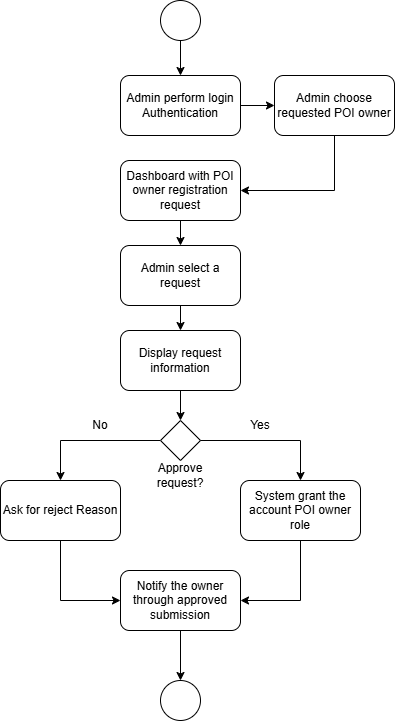
Noir-Goose/Nhom5_CNPM keeps this draw.io diagram as PRD/User story/Diagrams/UC10_activity.png. Above is the earlier version. Source tidied: cells renumbered, new cells last; positions are measured from the earlier drawing's top-left corner, leaving out a move shared by most shapes. Its diagram source:
```xml
<mxGraphModel>
  <root>
    <mxCell id="0" />
    <mxCell id="1" parent="0" />
    <mxCell id="2" style="edgeStyle=orthogonalEdgeStyle;rounded=0;jettySize=auto;html=1;exitX=0.5;exitY=1;exitDx=0;exitDy=0;entryX=0.5;entryY=0;entryDx=0;entryDy=0;" parent="1" edge="1" source="3" target="5">
      <mxGeometry relative="1" as="geometry" />
    </mxCell>
    <mxCell id="3" style="ellipse;whiteSpace=wrap;html=1;shapeInside=1;" parent="1" vertex="1">
      <mxGeometry x="160" width="40" height="40" as="geometry" />
    </mxCell>
    <mxCell id="4" style="edgeStyle=orthogonalEdgeStyle;rounded=0;jettySize=auto;html=1;exitX=1;exitY=0.5;exitDx=0;exitDy=0;entryX=0;entryY=0.5;entryDx=0;entryDy=0;" parent="1" edge="1" source="5" target="23">
      <mxGeometry relative="1" as="geometry" />
    </mxCell>
    <mxCell id="5" value="Admin perform login Authentication" style="rounded=1;whiteSpace=wrap;html=1;roundedPerimeter=1;" parent="1" vertex="1">
      <mxGeometry x="120" y="75" width="120" height="60" as="geometry" />
    </mxCell>
    <mxCell id="6" style="edgeStyle=orthogonalEdgeStyle;rounded=0;jettySize=auto;html=1;exitX=0.5;exitY=1;exitDx=0;exitDy=0;entryX=0.5;entryY=0;entryDx=0;entryDy=0;" parent="1" edge="1" source="7" target="9">
      <mxGeometry relative="1" as="geometry" />
    </mxCell>
    <mxCell id="7" value="Dashboard with POI owner registration request" style="rounded=1;whiteSpace=wrap;html=1;roundedPerimeter=1;" parent="1" vertex="1">
      <mxGeometry x="120" y="160" width="120" height="60" as="geometry" />
    </mxCell>
    <mxCell id="8" style="edgeStyle=orthogonalEdgeStyle;rounded=0;jettySize=auto;html=1;exitX=0.5;exitY=1;exitDx=0;exitDy=0;entryX=0.5;entryY=0;entryDx=0;entryDy=0;" parent="1" edge="1" source="9" target="11">
      <mxGeometry relative="1" as="geometry" />
    </mxCell>
    <mxCell id="9" value="Admin select a request" style="rounded=1;whiteSpace=wrap;html=1;roundedPerimeter=1;" parent="1" vertex="1">
      <mxGeometry x="120" y="245" width="120" height="60" as="geometry" />
    </mxCell>
    <mxCell id="10" style="edgeStyle=orthogonalEdgeStyle;rounded=0;jettySize=auto;html=1;exitX=0.5;exitY=1;exitDx=0;exitDy=0;entryX=0.5;entryY=0;entryDx=0;entryDy=0;" parent="1" edge="1" source="11" target="13">
      <mxGeometry relative="1" as="geometry" />
    </mxCell>
    <mxCell id="11" value="Display request information" style="rounded=1;whiteSpace=wrap;html=1;roundedPerimeter=1;" parent="1" vertex="1">
      <mxGeometry x="120" y="330" width="120" height="60" as="geometry" />
    </mxCell>
    <mxCell id="12" style="edgeStyle=orthogonalEdgeStyle;rounded=0;jettySize=auto;html=1;exitX=0;exitY=0.5;exitDx=0;exitDy=0;entryX=0.5;entryY=0;entryDx=0;entryDy=0;" parent="1" edge="1" source="13" target="15">
      <mxGeometry x="0.51" relative="1" as="geometry" />
    </mxCell>
    <mxCell id="13" style="rhombus;whiteSpace=wrap;html=1;shapeInside=1;" parent="1" vertex="1">
      <mxGeometry x="160" y="420" width="40" height="40" as="geometry" />
    </mxCell>
    <mxCell id="14" style="edgeStyle=orthogonalEdgeStyle;rounded=0;jettySize=auto;html=1;exitX=0.5;exitY=1;exitDx=0;exitDy=0;entryX=0;entryY=0.5;entryDx=0;entryDy=0;" parent="1" edge="1" source="15" target="25">
      <mxGeometry x="-0.08" relative="1" as="geometry" />
    </mxCell>
    <mxCell id="15" value="Ask for reject Reason" style="rounded=1;whiteSpace=wrap;html=1;roundedPerimeter=1;" parent="1" vertex="1">
      <mxGeometry y="480" width="120" height="60" as="geometry" />
    </mxCell>
    <mxCell id="16" style="endArrow=classic;html=1;rounded=0;exitX=1;exitY=0.5;exitDx=0;exitDy=0;entryX=0.5;entryY=0;entryDx=0;entryDy=0;endFill=1;" parent="1" edge="1" source="13" target="21">
      <mxGeometry x="-0.12" relative="1" as="geometry">
        <Array as="points">
          <mxPoint x="300" y="440" />
        </Array>
      </mxGeometry>
    </mxCell>
    <mxCell id="17" value="Approve request?" style="text;html=1;whiteSpace=wrap;strokeColor=none;fillColor=none;align=center;verticalAlign=middle;rounded=0;" parent="1" vertex="1">
      <mxGeometry x="150" y="460" width="60" height="30" as="geometry" />
    </mxCell>
    <mxCell id="18" value="Yes" style="text;html=1;whiteSpace=wrap;strokeColor=none;fillColor=none;align=center;verticalAlign=middle;rounded=0;" parent="1" vertex="1">
      <mxGeometry x="230" y="410" width="60" height="30" as="geometry" />
    </mxCell>
    <mxCell id="19" value="No" style="text;html=1;whiteSpace=wrap;strokeColor=none;fillColor=none;align=center;verticalAlign=middle;rounded=0;" parent="1" vertex="1">
      <mxGeometry x="70" y="410" width="60" height="30" as="geometry" />
    </mxCell>
    <mxCell id="20" style="edgeStyle=orthogonalEdgeStyle;rounded=0;jettySize=auto;html=1;exitX=0.5;exitY=1;exitDx=0;exitDy=0;entryX=1;entryY=0.5;entryDx=0;entryDy=0;" parent="1" edge="1" source="21" target="25">
      <mxGeometry relative="1" as="geometry" />
    </mxCell>
    <mxCell id="21" value="System grant the account POI owner role" style="rounded=1;whiteSpace=wrap;html=1;roundedPerimeter=1;" parent="1" vertex="1">
      <mxGeometry x="240" y="480" width="120" height="60" as="geometry" />
    </mxCell>
    <mxCell id="22" style="edgeStyle=orthogonalEdgeStyle;rounded=0;jettySize=auto;html=1;exitX=0.5;exitY=1;exitDx=0;exitDy=0;entryX=1;entryY=0.5;entryDx=0;entryDy=0;" parent="1" edge="1" source="23" target="7">
      <mxGeometry x="-0.69" relative="1" as="geometry" />
    </mxCell>
    <mxCell id="23" value="Admin choose requested POI owner" style="rounded=1;whiteSpace=wrap;html=1;roundedPerimeter=1;" parent="1" vertex="1">
      <mxGeometry x="274" y="75" width="120" height="60" as="geometry" />
    </mxCell>
    <mxCell id="24" style="edgeStyle=orthogonalEdgeStyle;rounded=0;jettySize=auto;html=1;exitX=0.5;exitY=1;exitDx=0;exitDy=0;entryX=0.5;entryY=0;entryDx=0;entryDy=0;" parent="1" edge="1" source="25" target="26">
      <mxGeometry relative="1" as="geometry" />
    </mxCell>
    <mxCell id="25" value="Notify the owner through approved submission" style="rounded=1;whiteSpace=wrap;html=1;roundedPerimeter=1;" parent="1" vertex="1">
      <mxGeometry x="120" y="570" width="120" height="60" as="geometry" />
    </mxCell>
    <mxCell id="26" style="ellipse;whiteSpace=wrap;html=1;shapeInside=1;" parent="1" vertex="1">
      <mxGeometry x="160" y="680" width="40" height="40" as="geometry" />
    </mxCell>
  </root>
</mxGraphModel>
```
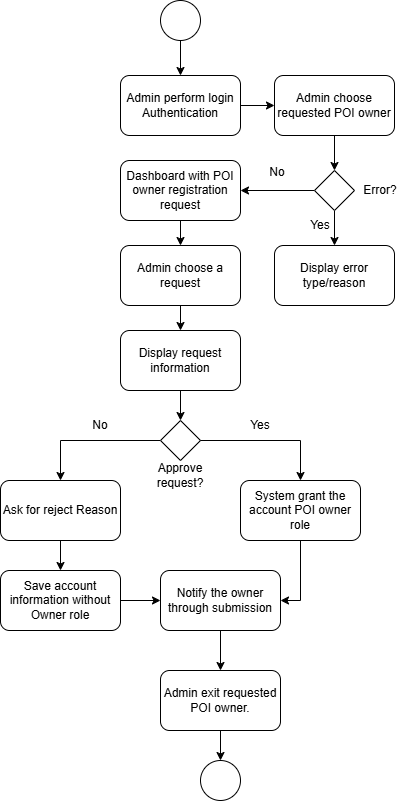
The same diagram one commit later.

Change to the diagram source:
```diff
@@ -23,7 +23,7 @@
     <mxCell id="8" style="edgeStyle=orthogonalEdgeStyle;rounded=0;jettySize=auto;html=1;exitX=0.5;exitY=1;exitDx=0;exitDy=0;entryX=0.5;entryY=0;entryDx=0;entryDy=0;" parent="1" edge="1" source="9" target="11">
       <mxGeometry relative="1" as="geometry" />
     </mxCell>
-    <mxCell id="9" value="Admin select a request" style="rounded=1;whiteSpace=wrap;html=1;roundedPerimeter=1;" parent="1" vertex="1">
+    <mxCell id="9" value="Admin choose a request" style="rounded=1;whiteSpace=wrap;html=1;roundedPerimeter=1;" parent="1" vertex="1">
       <mxGeometry x="120" y="245" width="120" height="60" as="geometry" />
     </mxCell>
     <mxCell id="10" style="edgeStyle=orthogonalEdgeStyle;rounded=0;jettySize=auto;html=1;exitX=0.5;exitY=1;exitDx=0;exitDy=0;entryX=0.5;entryY=0;entryDx=0;entryDy=0;" parent="1" edge="1" source="11" target="13">
@@ -38,9 +38,9 @@
     <mxCell id="13" style="rhombus;whiteSpace=wrap;html=1;shapeInside=1;" parent="1" vertex="1">
       <mxGeometry x="160" y="420" width="40" height="40" as="geometry" />
     </mxCell>
-    <mxCell id="14" style="edgeStyle=orthogonalEdgeStyle;rounded=0;jettySize=auto;html=1;exitX=0.5;exitY=1;exitDx=0;exitDy=0;entryX=0;entryY=0.5;entryDx=0;entryDy=0;" parent="1" edge="1" source="15" target="25">
-      <mxGeometry x="-0.08" relative="1" as="geometry" />
-    </mxCell>
+    <mxCell id="27" style="edgeStyle=orthogonalEdgeStyle;rounded=0;jettySize=auto;html=1;exitX=0.5;exitY=1;exitDx=0;exitDy=0;entryX=0.5;entryY=0;entryDx=0;entryDy=0;" parent="1" edge="1" source="15" target="30">
+      <mxGeometry relative="1" as="geometry" />
+    </mxCell>
     <mxCell id="15" value="Ask for reject Reason" style="rounded=1;whiteSpace=wrap;html=1;roundedPerimeter=1;" parent="1" vertex="1">
       <mxGeometry y="480" width="120" height="60" as="geometry" />
     </mxCell>
@@ -66,20 +66,53 @@
     <mxCell id="21" value="System grant the account POI owner role" style="rounded=1;whiteSpace=wrap;html=1;roundedPerimeter=1;" parent="1" vertex="1">
       <mxGeometry x="240" y="480" width="120" height="60" as="geometry" />
     </mxCell>
-    <mxCell id="22" style="edgeStyle=orthogonalEdgeStyle;rounded=0;jettySize=auto;html=1;exitX=0.5;exitY=1;exitDx=0;exitDy=0;entryX=1;entryY=0.5;entryDx=0;entryDy=0;" parent="1" edge="1" source="23" target="7">
-      <mxGeometry x="-0.69" relative="1" as="geometry" />
-    </mxCell>
+    <mxCell id="28" style="edgeStyle=orthogonalEdgeStyle;rounded=0;jettySize=auto;html=1;exitX=0.5;exitY=1;exitDx=0;exitDy=0;entryX=0.5;entryY=0;entryDx=0;entryDy=0;" parent="1" edge="1" source="23" target="36">
+      <mxGeometry relative="1" as="geometry" />
+    </mxCell>
     <mxCell id="23" value="Admin choose requested POI owner" style="rounded=1;whiteSpace=wrap;html=1;roundedPerimeter=1;" parent="1" vertex="1">
       <mxGeometry x="274" y="75" width="120" height="60" as="geometry" />
     </mxCell>
-    <mxCell id="24" style="edgeStyle=orthogonalEdgeStyle;rounded=0;jettySize=auto;html=1;exitX=0.5;exitY=1;exitDx=0;exitDy=0;entryX=0.5;entryY=0;entryDx=0;entryDy=0;" parent="1" edge="1" source="25" target="26">
-      <mxGeometry relative="1" as="geometry" />
+    <mxCell id="24" style="edgeStyle=orthogonalEdgeStyle;rounded=0;jettySize=auto;html=1;exitX=0.5;exitY=1;exitDx=0;exitDy=0;entryX=0.5;entryY=0;entryDx=0;entryDy=0;" parent="1" edge="1" source="25" target="32">
+      <mxGeometry x="-0.67" relative="1" as="geometry" />
     </mxCell>
-    <mxCell id="25" value="Notify the owner through approved submission" style="rounded=1;whiteSpace=wrap;html=1;roundedPerimeter=1;" parent="1" vertex="1">
-      <mxGeometry x="120" y="570" width="120" height="60" as="geometry" />
+    <mxCell id="25" value="Notify the owner through submission" style="rounded=1;whiteSpace=wrap;html=1;roundedPerimeter=1;" parent="1" vertex="1">
+      <mxGeometry x="160" y="570" width="120" height="60" as="geometry" />
     </mxCell>
-    <mxCell id="26" style="ellipse;whiteSpace=wrap;html=1;shapeInside=1;" parent="1" vertex="1">
-      <mxGeometry x="160" y="680" width="40" height="40" as="geometry" />
-    </mxCell>
+    <mxCell id="29" style="edgeStyle=orthogonalEdgeStyle;rounded=0;jettySize=auto;html=1;exitX=1;exitY=0.5;exitDx=0;exitDy=0;entryX=0;entryY=0.5;entryDx=0;entryDy=0;" parent="1" edge="1" source="30" target="25">
+      <mxGeometry relative="1" as="geometry" />
+    </mxCell>
+    <mxCell id="30" value="Save account information without Owner role" style="rounded=1;whiteSpace=wrap;html=1;roundedPerimeter=1;" parent="1" vertex="1">
+      <mxGeometry y="570" width="120" height="60" as="geometry" />
+    </mxCell>
+    <mxCell id="31" style="edgeStyle=orthogonalEdgeStyle;rounded=0;jettySize=auto;html=1;exitX=0.5;exitY=1;exitDx=0;exitDy=0;entryX=0.5;entryY=0;entryDx=0;entryDy=0;" parent="1" edge="1" source="32" target="33">
+      <mxGeometry relative="1" as="geometry" />
+    </mxCell>
+    <mxCell id="32" value="Admin exit requested POI owner." style="rounded=1;whiteSpace=wrap;html=1;roundedPerimeter=1;" parent="1" vertex="1">
+      <mxGeometry x="160" y="670" width="120" height="60" as="geometry" />
+    </mxCell>
+    <mxCell id="33" style="ellipse;whiteSpace=wrap;html=1;shapeInside=1;" parent="1" vertex="1">
+      <mxGeometry x="200" y="760" width="40" height="40" as="geometry" />
+    </mxCell>
+    <mxCell id="34" style="edgeStyle=orthogonalEdgeStyle;rounded=0;jettySize=auto;html=1;exitX=0;exitY=0.5;exitDx=0;exitDy=0;entryX=1;entryY=0.5;entryDx=0;entryDy=0;" parent="1" edge="1" source="36" target="7">
+      <mxGeometry relative="1" as="geometry" />
+    </mxCell>
+    <mxCell id="35" style="edgeStyle=orthogonalEdgeStyle;rounded=0;jettySize=auto;html=1;exitX=0.5;exitY=1;exitDx=0;exitDy=0;entryX=0.5;entryY=0;entryDx=0;entryDy=0;" parent="1" edge="1" source="36" target="38">
+      <mxGeometry relative="1" as="geometry" />
+    </mxCell>
+    <mxCell id="36" style="rhombus;whiteSpace=wrap;html=1;shapeInside=1;" parent="1" vertex="1">
+      <mxGeometry x="314" y="170" width="40" height="40" as="geometry" />
+    </mxCell>
+    <mxCell id="37" value="Error?" style="text;html=1;whiteSpace=wrap;strokeColor=none;fillColor=none;align=center;verticalAlign=middle;rounded=0;" parent="1" vertex="1">
+      <mxGeometry x="350" y="175" width="60" height="30" as="geometry" />
+    </mxCell>
+    <mxCell id="38" value="Display error type/reason" style="rounded=1;whiteSpace=wrap;html=1;roundedPerimeter=1;" parent="1" vertex="1">
+      <mxGeometry x="274" y="245" width="120" height="60" as="geometry" />
+    </mxCell>
+    <mxCell id="39" value="Yes" style="text;html=1;whiteSpace=wrap;strokeColor=none;fillColor=none;align=center;verticalAlign=middle;rounded=0;" parent="1" vertex="1">
+      <mxGeometry x="290" y="210" width="60" height="30" as="geometry" />
+    </mxCell>
+    <mxCell id="40" value="No" style="text;html=1;whiteSpace=wrap;strokeColor=none;fillColor=none;align=center;verticalAlign=middle;rounded=0;" parent="1" vertex="1">
+      <mxGeometry x="247" y="157" width="60" height="30" as="geometry" />
+    </mxCell>
   </root>
 </mxGraphModel>
```
